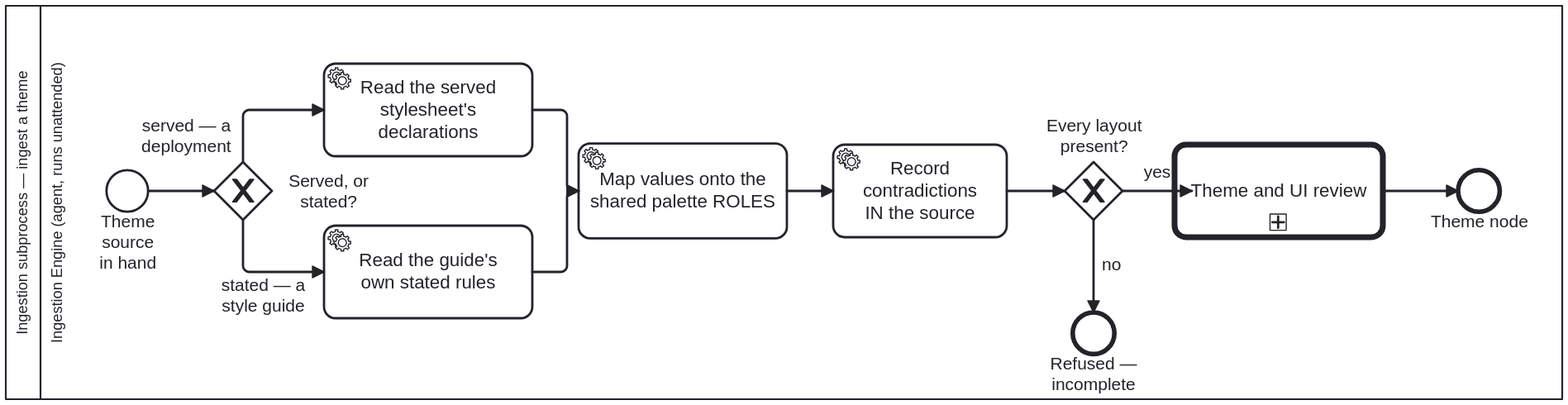
Earlier version of the BPMN export docs/assets/img/workflows/ingest-theme.svg (litlfred/cat-harness). Its source is kept beside it as processes/ui/ingest-theme.bpmn. Ids are renumbered.
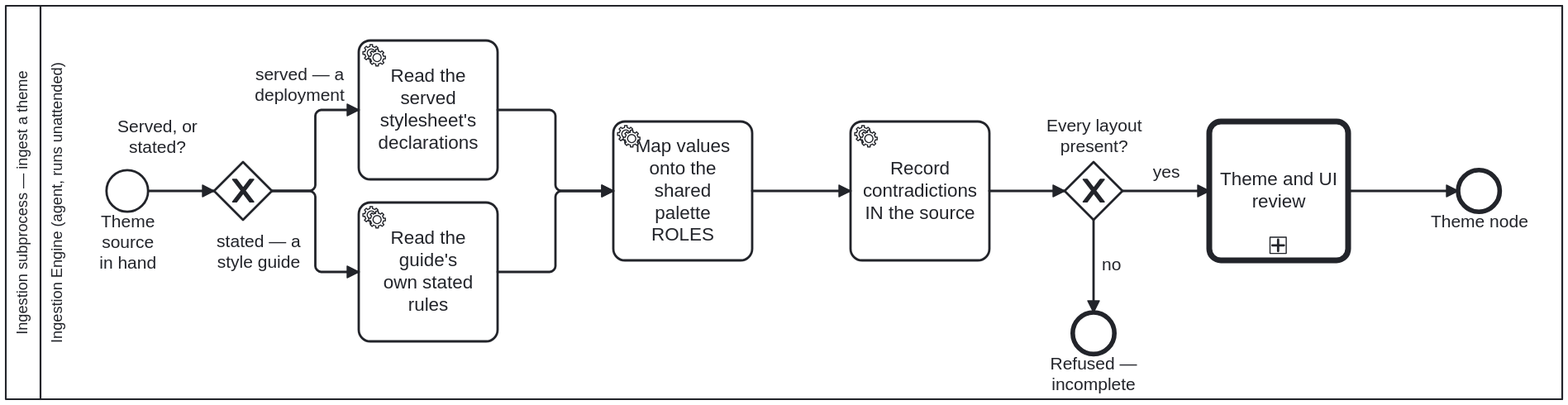
Above is the later version.

Diff of the diagram source:
```diff
@@ -153,60 +153,62 @@
       <bpmndi:BPMNShape id="StartEvent_Source_di" bpmnElement="StartEvent_Source"><dc:Bounds x="247" y="222" width="36" height="36" /></bpmndi:BPMNShape>
       <bpmndi:BPMNShape id="Gateway_Kind_di" bpmnElement="Gateway_Kind" isMarkerVisible="true"><dc:Bounds x="340" y="215" width="50" height="50" />
 
-      <bpmndi:BPMNLabel><dc:Bounds x="394" y="222.5" width="90" height="35" /></bpmndi:BPMNLabel></bpmndi:BPMNShape>
-      <bpmndi:BPMNShape id="Task_ReadStylesheet_di" bpmnElement="Task_ReadStylesheet"><dc:Bounds x="435" y="130" width="180" height="80" /></bpmndi:BPMNShape>
-      <bpmndi:BPMNShape id="Task_ReadGuide_di" bpmnElement="Task_ReadGuide"><dc:Bounds x="435" y="270" width="180" height="80" /></bpmndi:BPMNShape>
-      <bpmndi:BPMNShape id="Task_MapRoles_di" bpmnElement="Task_MapRoles"><dc:Bounds x="655" y="199" width="180" height="82" /></bpmndi:BPMNShape>
-      <bpmndi:BPMNShape id="Task_Contradictions_di" bpmnElement="Task_Contradictions"><dc:Bounds x="875" y="200" width="150" height="80" /></bpmndi:BPMNShape>
+      <bpmndi:BPMNLabel><dc:Bounds x="246" y="176" width="90" height="35" /></bpmndi:BPMNLabel></bpmndi:BPMNShape>
+      <bpmndi:BPMNShape id="Task_ReadStylesheet_di" bpmnElement="Task_ReadStylesheet"><dc:Bounds x="465" y="110" width="120" height="120" /></bpmndi:BPMNShape>
+      <bpmndi:BPMNShape id="Task_ReadGuide_di" bpmnElement="Task_ReadGuide"><dc:Bounds x="465" y="250" width="120" height="120" /></bpmndi:BPMNShape>
+      <bpmndi:BPMNShape id="Task_MapRoles_di" bpmnElement="Task_MapRoles"><dc:Bounds x="685" y="180" width="120" height="120" /></bpmndi:BPMNShape>
+      <bpmndi:BPMNShape id="Task_Contradictions_di" bpmnElement="Task_Contradictions"><dc:Bounds x="890" y="180" width="120" height="120" /></bpmndi:BPMNShape>
       <bpmndi:BPMNShape id="Gateway_Layouts_di" bpmnElement="Gateway_Layouts" isMarkerVisible="true"><dc:Bounds x="1075" y="215" width="50" height="50" />
 
       <bpmndi:BPMNLabel><dc:Bounds x="1055" y="175" width="90" height="36" /></bpmndi:BPMNLabel></bpmndi:BPMNShape>
       <bpmndi:BPMNShape id="EndEvent_Refused_di" bpmnElement="EndEvent_Refused"><dc:Bounds x="1082" y="345" width="36" height="36" /></bpmndi:BPMNShape>
-      <bpmndi:BPMNShape id="Task_Review_di" bpmnElement="Task_Review"><dc:Bounds x="1170" y="200" width="180" height="80" /></bpmndi:BPMNShape>
+      <bpmndi:BPMNShape id="Task_Review_di" bpmnElement="Task_Review"><dc:Bounds x="1200" y="180" width="120" height="120" /></bpmndi:BPMNShape>
       <bpmndi:BPMNShape id="EndEvent_Theme_di" bpmnElement="EndEvent_Theme"><dc:Bounds x="1415" y="222" width="36" height="36" /></bpmndi:BPMNShape>
       <bpmndi:BPMNEdge id="Flow_t1_di" bpmnElement="Flow_t1"><di:waypoint x="283" y="240" /><di:waypoint x="340" y="240" /></bpmndi:BPMNEdge>
       <bpmndi:BPMNEdge id="Flow_t2_di" bpmnElement="Flow_t2">
-        <di:waypoint x="365" y="215" />
-        <di:waypoint x="365" y="170" />
-        <di:waypoint x="435" y="170" />
-        <bpmndi:BPMNLabel><dc:Bounds x="271" y="174.5" width="90" height="36" /></bpmndi:BPMNLabel>
+        <di:waypoint x="390" y="240" />
+        <di:waypoint x="427.5" y="240" />
+        <di:waypoint x="427.5" y="170" />
+        <di:waypoint x="465" y="170" />
+        <bpmndi:BPMNLabel><dc:Bounds x="369" y="131" width="90" height="36" /></bpmndi:BPMNLabel>
       </bpmndi:BPMNEdge>
       <bpmndi:BPMNEdge id="Flow_t3_di" bpmnElement="Flow_t3">
-        <di:waypoint x="365" y="265" />
-        <di:waypoint x="365" y="310" />
-        <di:waypoint x="435" y="310" />
-        <bpmndi:BPMNLabel><dc:Bounds x="337.5" y="313" width="90" height="36" /></bpmndi:BPMNLabel>
+        <di:waypoint x="390" y="240" />
+        <di:waypoint x="427.5" y="240" />
+        <di:waypoint x="427.5" y="310" />
+        <di:waypoint x="465" y="310" />
+        <bpmndi:BPMNLabel><dc:Bounds x="333.5" y="274.5" width="90" height="36" /></bpmndi:BPMNLabel>
       </bpmndi:BPMNEdge>
       <bpmndi:BPMNEdge id="Flow_t4_di" bpmnElement="Flow_t4">
-        <di:waypoint x="615" y="170" />
-        <di:waypoint x="645" y="170" />
-        <di:waypoint x="645" y="240" />
-        <di:waypoint x="655" y="240" />
+        <di:waypoint x="585" y="170" />
+        <di:waypoint x="635" y="170" />
+        <di:waypoint x="635" y="240" />
+        <di:waypoint x="685" y="240" />
       </bpmndi:BPMNEdge>
       <bpmndi:BPMNEdge id="Flow_t5_di" bpmnElement="Flow_t5">
-        <di:waypoint x="615" y="310" />
-        <di:waypoint x="645" y="310" />
-        <di:waypoint x="645" y="240" />
-        <di:waypoint x="655" y="240" />
+        <di:waypoint x="585" y="310" />
+        <di:waypoint x="635" y="310" />
+        <di:waypoint x="635" y="240" />
+        <di:waypoint x="685" y="240" />
       </bpmndi:BPMNEdge>
       <bpmndi:BPMNEdge id="Flow_t6_di" bpmnElement="Flow_t6">
-        <di:waypoint x="835" y="240" />
-        <di:waypoint x="875" y="240" />
+        <di:waypoint x="805" y="240" />
+        <di:waypoint x="890" y="240" />
       </bpmndi:BPMNEdge>
       <bpmndi:BPMNEdge id="Flow_t7_di" bpmnElement="Flow_t7">
-        <di:waypoint x="1025" y="240" />
+        <di:waypoint x="1010" y="240" />
         <di:waypoint x="1075" y="240" />
       </bpmndi:BPMNEdge>
       <bpmndi:BPMNEdge id="Flow_t8_di" bpmnElement="Flow_t8">
         <di:waypoint x="1125" y="240" />
-        <di:waypoint x="1185" y="240" />
+        <di:waypoint x="1200" y="240" />
       </bpmndi:BPMNEdge>
       <bpmndi:BPMNEdge id="Flow_t9_di" bpmnElement="Flow_t9">
         <di:waypoint x="1100" y="265" />
         <di:waypoint x="1100" y="345" />
       </bpmndi:BPMNEdge>
       <bpmndi:BPMNEdge id="Flow_t10_di" bpmnElement="Flow_t10">
-        <di:waypoint x="1350" y="240" />
+        <di:waypoint x="1320" y="240" />
         <di:waypoint x="1415" y="240" />
       </bpmndi:BPMNEdge>
     </bpmndi:BPMNPlane>
```
